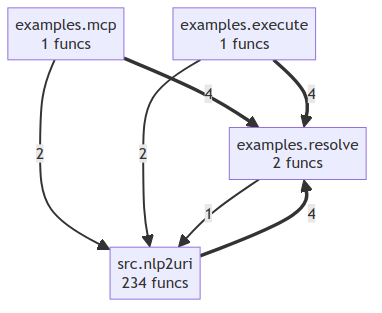
Before: project/compact_flow.png, a diagram exported from Mermaid (semcod/nlp2uri). Its source is kept beside it as project/compact_flow.mmd.
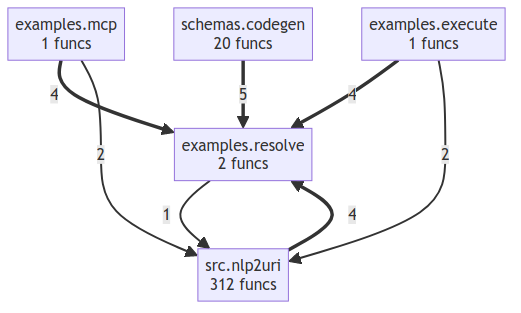
After the change.

Change to the diagram source:
```diff
@@ -2,7 +2,9 @@
     examples__execute["examples.execute<br/>1 funcs"]
     examples__mcp["examples.mcp<br/>1 funcs"]
     examples__resolve["examples.resolve<br/>2 funcs"]
-    src__nlp2uri["src.nlp2uri<br/>234 funcs"]
+    schemas__codegen["schemas.codegen<br/>20 funcs"]
+    src__nlp2uri["src.nlp2uri<br/>312 funcs"]
+    schemas__codegen ==>|5| examples__resolve
     examples__mcp ==>|4| examples__resolve
     examples__execute ==>|4| examples__resolve
     src__nlp2uri ==>|4| examples__resolve
```
